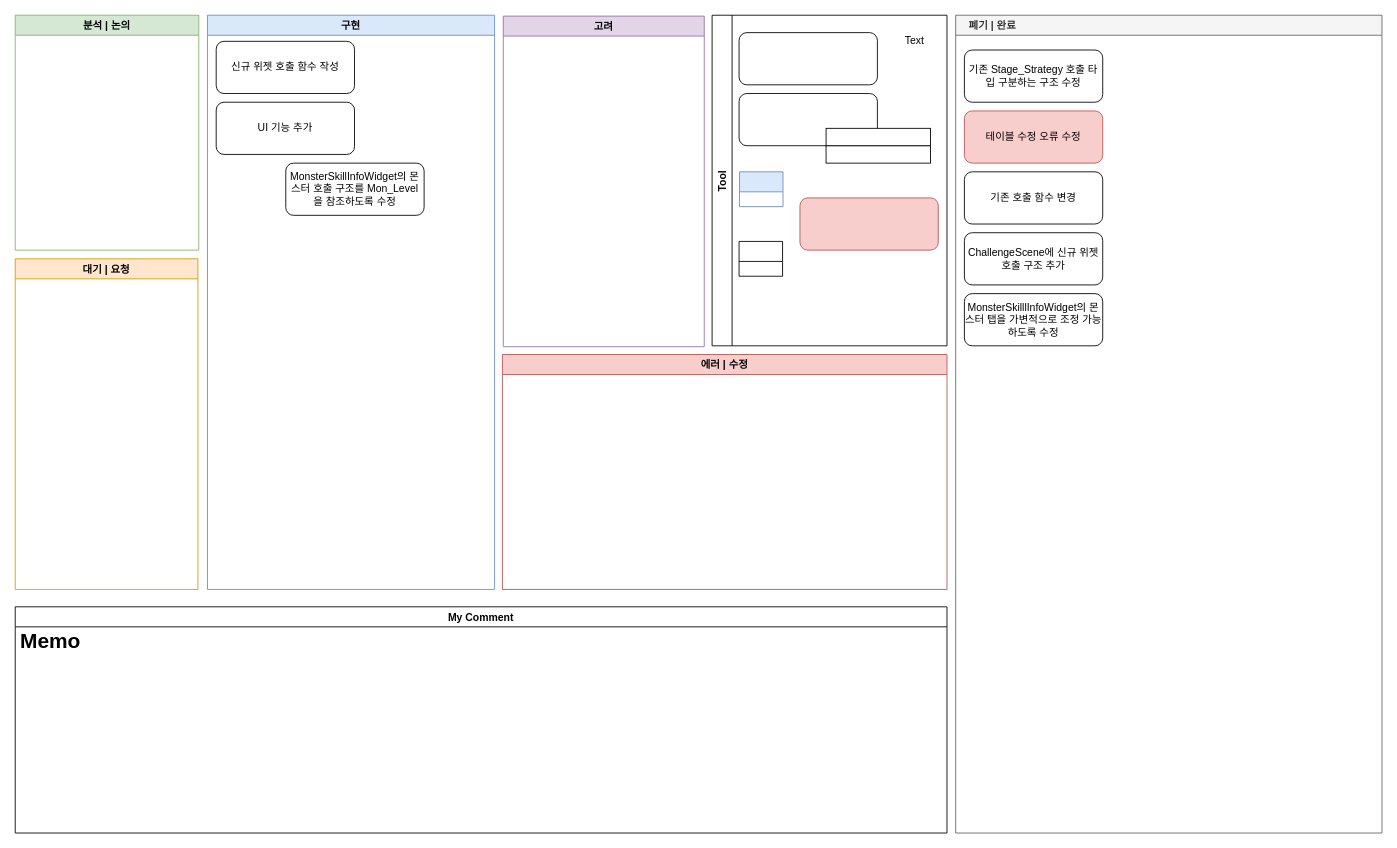
This is 던전 추천 마도사 진행상황.drawio from Endorr/Job-Board, a draw.io file, before an edit. Source tidied: cells renumbered, new cells numbered last; positions are measured from the earlier drawing's top-left corner, leaving out a move shared by most shapes. Both pictures are drawn from the tidied source at 87%, with x=0, y=0 at pixel (15, 15).
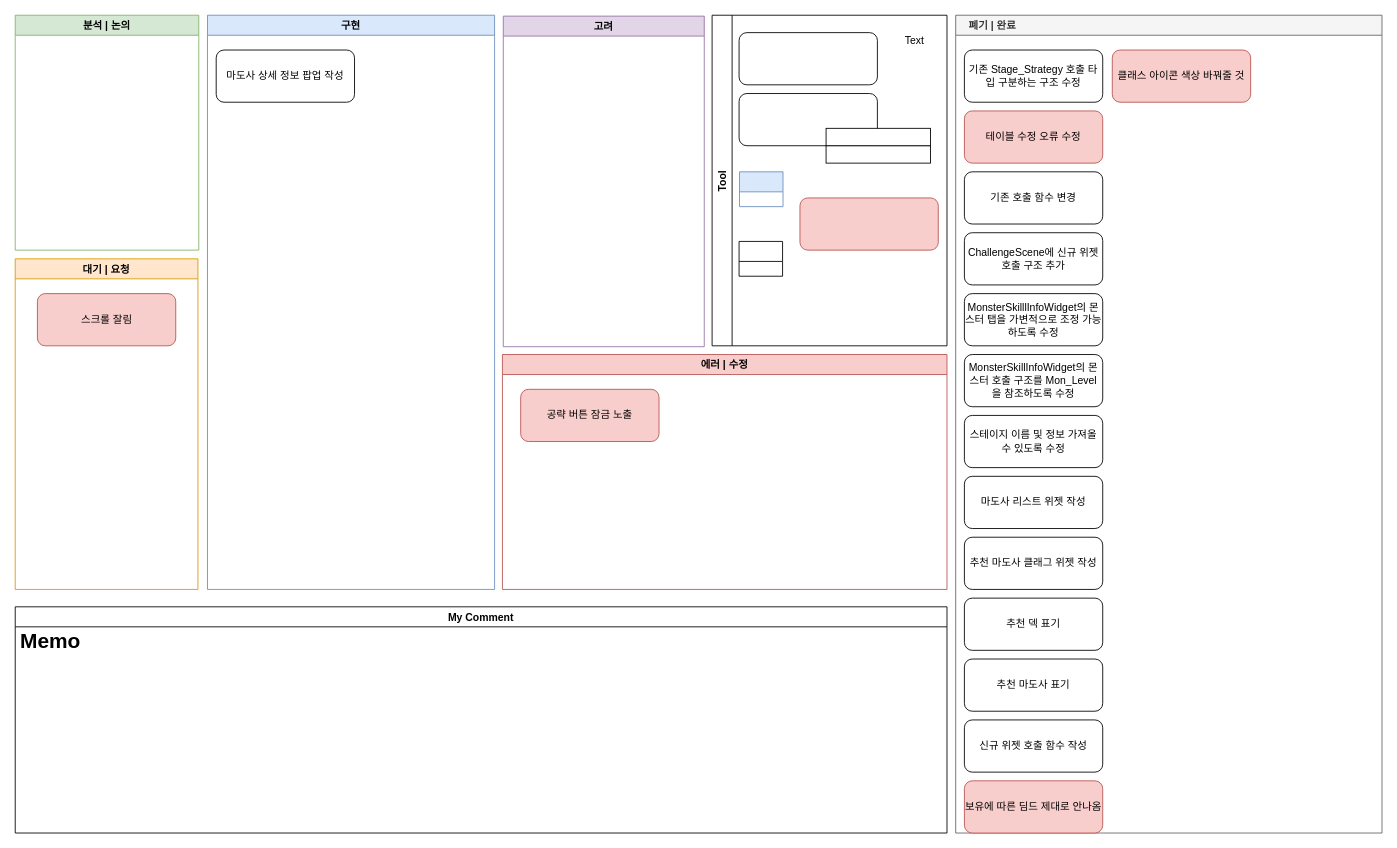
After the change.

Commit message:
던전 추천 마도사 진행상황.drawio 업데이트

The change refers to these unchanged cells:
```xml
<mxCell id="2" value="구현" style="swimlane;fillColor=#dae8fc;strokeColor=#6c8ebf;" parent="1" vertex="1">
  <mxGeometry x="221" width="330" height="660" as="geometry" />
</mxCell>
<mxCell id="6" value="에러 | 수정" style="swimlane;fillColor=#f8cecc;strokeColor=#b85450;startSize=23;" parent="2" vertex="1">
  <mxGeometry x="339" y="390" width="511" height="270" as="geometry" />
</mxCell>
<mxCell id="9" value="대기 | 요청" style="swimlane;strokeColor=#d79b00;fillColor=#ffe6cc;" parent="1" vertex="1">
  <mxGeometry y="280" width="210" height="380" as="geometry" />
</mxCell>
<mxCell id="10" value="    폐기 | 완료" style="swimlane;strokeColor=#666666;fillColor=#f5f5f5;fontColor=#333333;align=left;" parent="1" vertex="1">
  <mxGeometry x="1081" width="490" height="940" as="geometry" />
</mxCell>
```

Diff of the diagram source:
```diff
@@
-    <mxCell id="3" value="UI 기능 추가" style="rounded=1;whiteSpace=wrap;html=1;" parent="2" vertex="1">
-      <mxGeometry x="10" y="100" width="159" height="60" as="geometry" />
-    </mxCell>
-    <mxCell id="4" value="신규 위젯 호출 함수 작성" style="rounded=1;whiteSpace=wrap;html=1;" parent="2" vertex="1">
-      <mxGeometry x="10" y="30" width="159" height="60" as="geometry" />
-    </mxCell>
-    <mxCell id="5" value="MonsterSkillInfoWidget의 몬스터 호출 구조를 Mon_Level을 참조하도록 수정" style="rounded=1;whiteSpace=wrap;html=1;" parent="2" vertex="1">
-      <mxGeometry x="90" y="170" width="159" height="60" as="geometry" />
-    </mxCell>
@@
+    <mxCell id="28" value="공략 버튼 잠금 노출" style="rounded=1;whiteSpace=wrap;html=1;fillColor=#f8cecc;strokeColor=#b85450;" parent="6" vertex="1">
+      <mxGeometry x="21" y="40" width="159" height="60" as="geometry" />
+    </mxCell>
@@
+    <mxCell id="29" value="마도사 상세 정보 팝업 작성" style="rounded=1;whiteSpace=wrap;html=1;" parent="2" vertex="1">
+      <mxGeometry x="10" y="40" width="159" height="60" as="geometry" />
+    </mxCell>
@@
+    <mxCell id="30" value="스크롤 잘림" style="rounded=1;whiteSpace=wrap;html=1;fillColor=#f8cecc;strokeColor=#b85450;" parent="9" vertex="1">
+      <mxGeometry x="25.5" y="40" width="159" height="60" as="geometry" />
+    </mxCell>
@@
+    <mxCell id="5" value="MonsterSkillInfoWidget의 몬스터 호출 구조를 Mon_Level을 참조하도록 수정" style="rounded=1;whiteSpace=wrap;html=1;" parent="10" vertex="1">
+      <mxGeometry x="10" y="390" width="159" height="60" as="geometry" />
+    </mxCell>
+    <mxCell id="31" value="스테이지 이름 및 정보 가져올 수 있도록 수정" style="rounded=1;whiteSpace=wrap;html=1;" parent="10" vertex="1">
+      <mxGeometry x="10" y="460" width="159" height="60" as="geometry" />
+    </mxCell>
+    <mxCell id="32" value="마도사 리스트 위젯 작성" style="rounded=1;whiteSpace=wrap;html=1;" parent="10" vertex="1">
+      <mxGeometry x="10" y="530" width="159" height="60" as="geometry" />
+    </mxCell>
+    <mxCell id="33" value="추천 마도사 클래그 위젯 작성" style="rounded=1;whiteSpace=wrap;html=1;" parent="10" vertex="1">
+      <mxGeometry x="10" y="600" width="159" height="60" as="geometry" />
+    </mxCell>
+    <mxCell id="34" value="추천 덱 표기" style="rounded=1;whiteSpace=wrap;html=1;" parent="10" vertex="1">
+      <mxGeometry x="10" y="670" width="159" height="60" as="geometry" />
+    </mxCell>
+    <mxCell id="35" value="추천 마도사 표기" style="rounded=1;whiteSpace=wrap;html=1;" parent="10" vertex="1">
+      <mxGeometry x="10" y="740" width="159" height="60" as="geometry" />
+    </mxCell>
+    <mxCell id="4" value="신규 위젯 호출 함수 작성" style="rounded=1;whiteSpace=wrap;html=1;" parent="10" vertex="1">
+      <mxGeometry x="10" y="810" width="159" height="60" as="geometry" />
+    </mxCell>
+    <mxCell id="36" value="보유에 따른 딤드 제대로 안나옴" style="rounded=1;whiteSpace=wrap;html=1;fillColor=#f8cecc;strokeColor=#b85450;" parent="10" vertex="1">
+      <mxGeometry x="10" y="880" width="159" height="60" as="geometry" />
+    </mxCell>
+    <mxCell id="37" value="클래스 아이콘 색상 바꿔줄 것" style="rounded=1;whiteSpace=wrap;html=1;fillColor=#f8cecc;strokeColor=#b85450;" parent="10" vertex="1">
+      <mxGeometry x="180" y="40" width="159" height="60" as="geometry" />
+    </mxCell>
```
